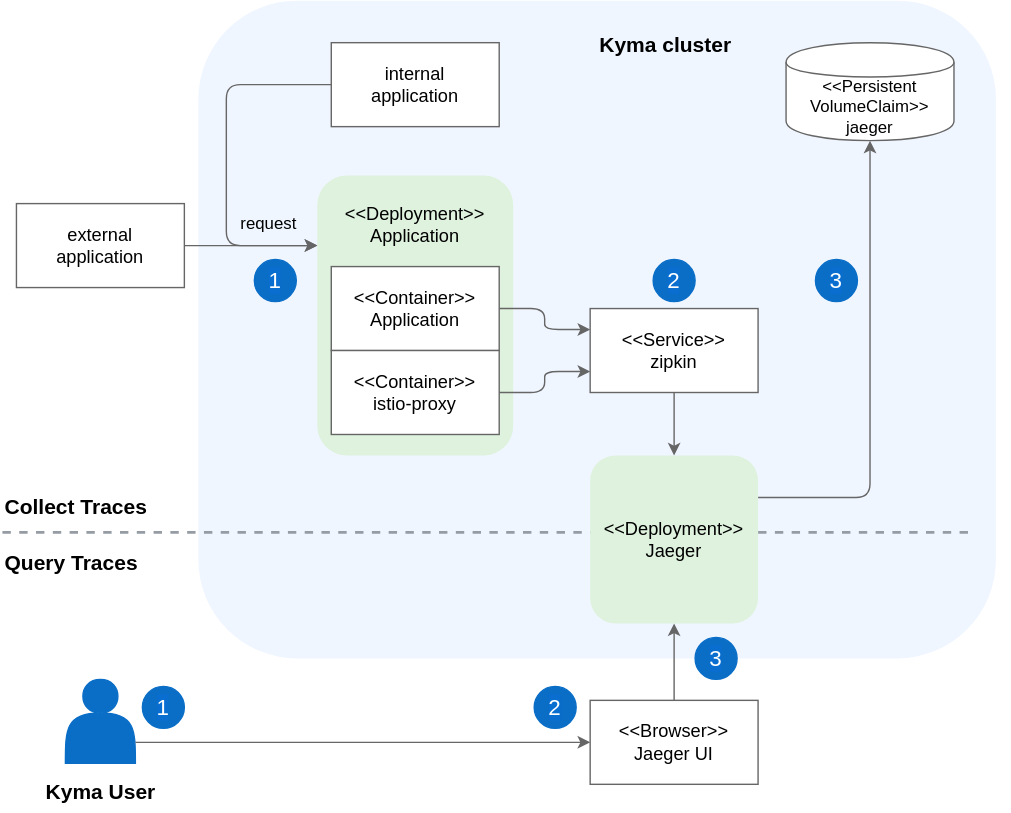
kyma-project/kyma keeps this draw.io diagram as docs/05-technical-reference/00-architecture/assets/obsv-tracing-architecture.svg. Above is the earlier version. Source tidied: cells renumbered, new cells last; positions are measured from the earlier drawing's top-left corner, leaving out a move shared by most shapes.
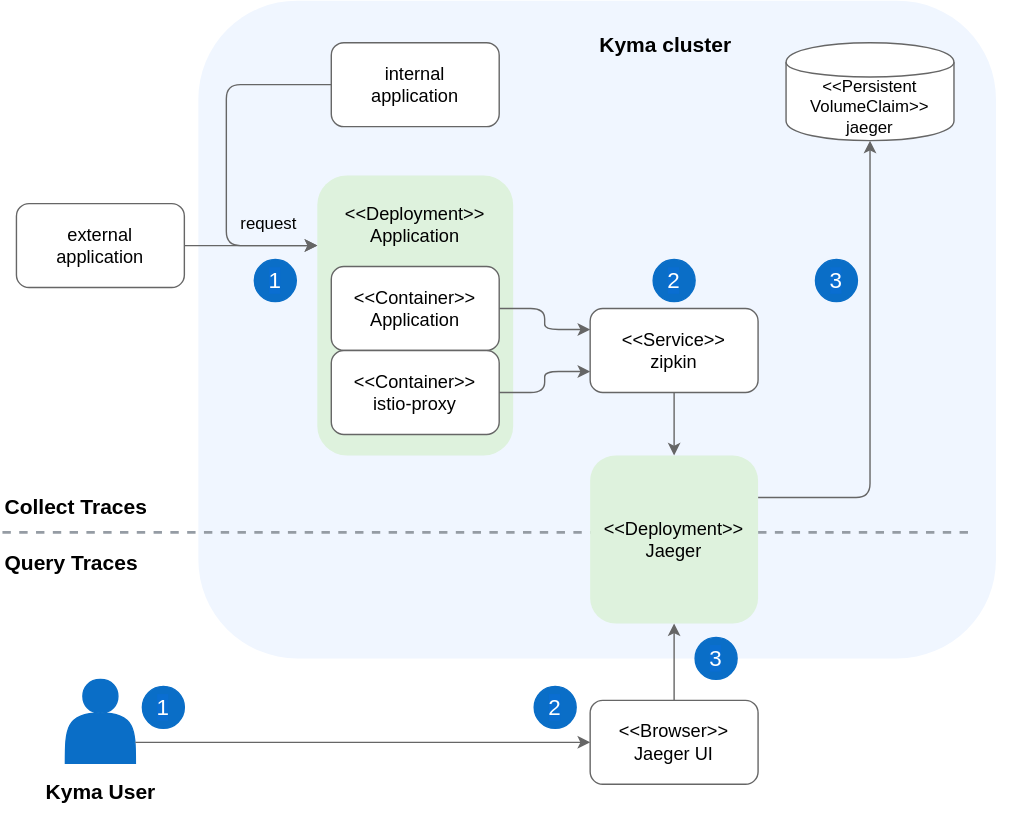
The same diagram one commit later.

What changed in the source:
```diff
@@ -11,27 +11,22 @@
     <mxCell id="4" style="rounded=1;whiteSpace=wrap;html=1;strokeColor=none;fillColor=#DEF2DD;" parent="1" vertex="1">
       <mxGeometry x="225" y="125" width="140" height="200" as="geometry" />
     </mxCell>
-    <mxCell id="5" value="&lt;font style=&quot;font-size: 13px&quot;&gt;&amp;lt;&amp;lt;Browser&amp;gt;&amp;gt;&lt;br&gt;Jaeger UI&lt;/font&gt;" style="rounded=0;whiteSpace=wrap;html=1;strokeColor=#666666;" parent="1" vertex="1">
+    <mxCell id="5" value="&lt;font style=&quot;font-size: 13px&quot;&gt;&amp;lt;&amp;lt;Browser&amp;gt;&amp;gt;&lt;br&gt;Jaeger UI&lt;/font&gt;" style="rounded=1;whiteSpace=wrap;html=1;strokeColor=#666666;" parent="1" vertex="1">
       <mxGeometry x="420" y="500" width="120" height="60" as="geometry" />
     </mxCell>
-    <mxCell id="6" style="edgeStyle=orthogonalEdgeStyle;rounded=1;jettySize=auto;html=1;exitX=1;exitY=0.5;exitDx=0;exitDy=0;entryX=0;entryY=0.5;entryDx=0;entryDy=0;fontSize=13;strokeColor=#666666;" parent="1" edge="1" target="x">
-      <mxGeometry relative="1" as="geometry">
-        <mxPoint x="395" y="510" as="sourcePoint" />
-      </mxGeometry>
-    </mxCell>
     <mxCell id="7" style="edgeStyle=orthogonalEdgeStyle;rounded=1;jettySize=auto;html=1;exitX=1;exitY=0.25;exitDx=0;exitDy=0;strokeColor=#666666;" parent="1" edge="1" source="34" target="15">
       <mxGeometry relative="1" as="geometry" />
     </mxCell>
-    <mxCell id="8" value="&lt;font style=&quot;font-size: 13px&quot;&gt;&amp;lt;&amp;lt;Container&amp;gt;&amp;gt;&lt;br&gt;Application&lt;br&gt;&lt;/font&gt;" style="rounded=0;whiteSpace=wrap;html=1;fontSize=13;strokeColor=#666666;" parent="1" vertex="1">
+    <mxCell id="8" value="&lt;font style=&quot;font-size: 13px&quot;&gt;&amp;lt;&amp;lt;Container&amp;gt;&amp;gt;&lt;br&gt;Application&lt;br&gt;&lt;/font&gt;" style="rounded=1;whiteSpace=wrap;html=1;fontSize=13;strokeColor=#666666;" parent="1" vertex="1">
       <mxGeometry x="235" y="190" width="120" height="60" as="geometry" />
     </mxCell>
-    <mxCell id="9" value="&lt;font style=&quot;font-size: 13px&quot;&gt;&amp;lt;&amp;lt;Container&amp;gt;&amp;gt;&lt;br style=&quot;font-size: 13px;&quot;&gt;istio-proxy&lt;/font&gt;" style="rounded=0;whiteSpace=wrap;html=1;fontSize=13;strokeColor=#666666;" parent="1" vertex="1">
+    <mxCell id="9" value="&lt;font style=&quot;font-size: 13px&quot;&gt;&amp;lt;&amp;lt;Container&amp;gt;&amp;gt;&lt;br style=&quot;font-size: 13px;&quot;&gt;istio-proxy&lt;/font&gt;" style="rounded=1;whiteSpace=wrap;html=1;fontSize=13;strokeColor=#666666;" parent="1" vertex="1">
       <mxGeometry x="235" y="250" width="120" height="60" as="geometry" />
     </mxCell>
     <mxCell id="10" value="&lt;font style=&quot;font-size: 13px&quot;&gt;&amp;lt;&amp;lt;Deployment&amp;gt;&amp;gt;&lt;br style=&quot;font-size: 13px&quot;&gt;Application&lt;/font&gt;" style="text;html=1;strokeColor=none;fillColor=none;align=center;verticalAlign=middle;whiteSpace=wrap;rounded=0;fontSize=13;" parent="1" vertex="1">
       <mxGeometry x="235" y="130" width="120" height="60" as="geometry" />
     </mxCell>
-    <mxCell id="11" value="&amp;lt;&amp;lt;Service&amp;gt;&amp;gt;&lt;br style=&quot;font-size: 13px;&quot;&gt;zipkin" style="rounded=0;whiteSpace=wrap;html=1;fontSize=13;strokeColor=#666666;" parent="1" vertex="1">
+    <mxCell id="11" value="&amp;lt;&amp;lt;Service&amp;gt;&amp;gt;&lt;br style=&quot;font-size: 13px;&quot;&gt;zipkin" style="rounded=1;whiteSpace=wrap;html=1;fontSize=13;strokeColor=#666666;" parent="1" vertex="1">
       <mxGeometry x="420" y="220" width="120" height="60" as="geometry" />
     </mxCell>
     <mxCell id="12" style="endArrow=none;dashed=1;html=1;strokeColor=#959CA4;fontSize=13;strokeWidth=2;" parent="1" edge="1">
@@ -52,17 +47,12 @@
     <mxCell id="16" style="edgeStyle=orthogonalEdgeStyle;rounded=1;jettySize=auto;html=1;fontSize=13;strokeColor=#666666;exitX=1;exitY=0.5;exitDx=0;exitDy=0;entryX=0;entryY=0.25;entryDx=0;entryDy=0;" parent="1" edge="1" source="18" target="4">
       <mxGeometry relative="1" as="geometry" />
     </mxCell>
-    <mxCell id="17" value="&lt;font style=&quot;font-size: 13px&quot;&gt;internal &lt;br&gt;application&lt;br&gt;&lt;/font&gt;" style="rounded=0;whiteSpace=wrap;html=1;fontSize=13;strokeColor=#666666;" parent="1" vertex="1">
+    <mxCell id="17" value="&lt;font style=&quot;font-size: 13px&quot;&gt;internal &lt;br&gt;application&lt;br&gt;&lt;/font&gt;" style="rounded=1;whiteSpace=wrap;html=1;fontSize=13;strokeColor=#666666;" parent="1" vertex="1">
       <mxGeometry x="235" y="30" width="120" height="60" as="geometry" />
     </mxCell>
-    <mxCell id="18" value="external&lt;br&gt;application" style="rounded=0;whiteSpace=wrap;html=1;fontSize=13;strokeColor=#666666;" parent="1" vertex="1">
+    <mxCell id="18" value="external&lt;br&gt;application" style="rounded=1;whiteSpace=wrap;html=1;fontSize=13;strokeColor=#666666;" parent="1" vertex="1">
       <mxGeometry x="10" y="145" width="120" height="60" as="geometry" />
     </mxCell>
-    <mxCell id="19" style="edgeStyle=orthogonalEdgeStyle;rounded=1;jettySize=auto;html=1;entryX=0.5;entryY=0;entryDx=0;entryDy=0;fontSize=13;strokeColor=#666666;exitX=0.5;exitY=1;exitDx=0;exitDy=0;" parent="1" edge="1" target="x">
-      <mxGeometry relative="1" as="geometry">
-        <mxPoint x="520" y="540" as="sourcePoint" />
-      </mxGeometry>
-    </mxCell>
     <mxCell id="20" style="shape=actor;whiteSpace=wrap;html=1;fillColor=#0A6EC7;strokeColor=#0A6EC7;" parent="1" vertex="1">
       <mxGeometry x="45" y="485" width="50" height="60" as="geometry" />
     </mxCell>
```
